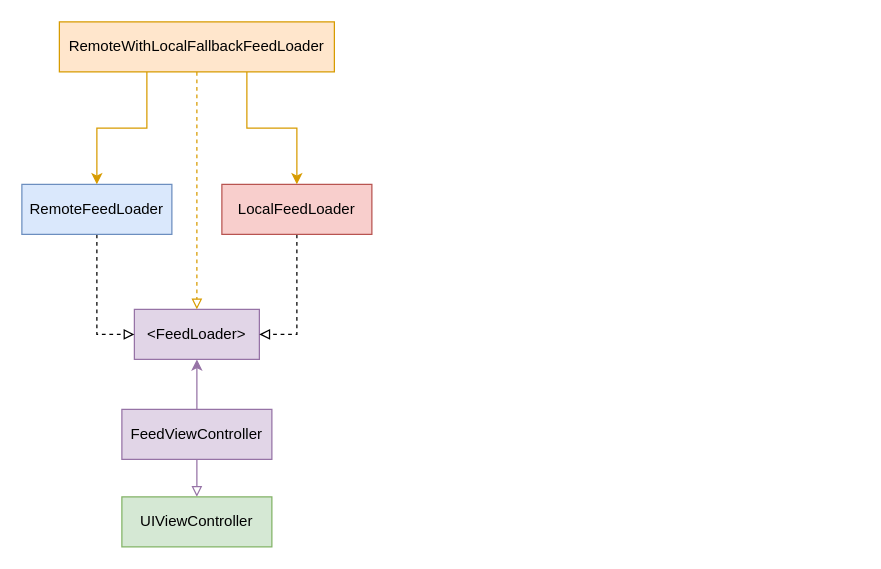
zmkhtr/diagrams keeps this draw.io diagram as Untitled Diagram.drawio. Above is the earlier version. Source tidied: cells renumbered, new cells numbered last; positions are measured from the earlier drawing's top-left corner, leaving out a move shared by most shapes. Both pictures are drawn from the tidied source at 125%, with x=0, y=0 at pixel (21, 21).
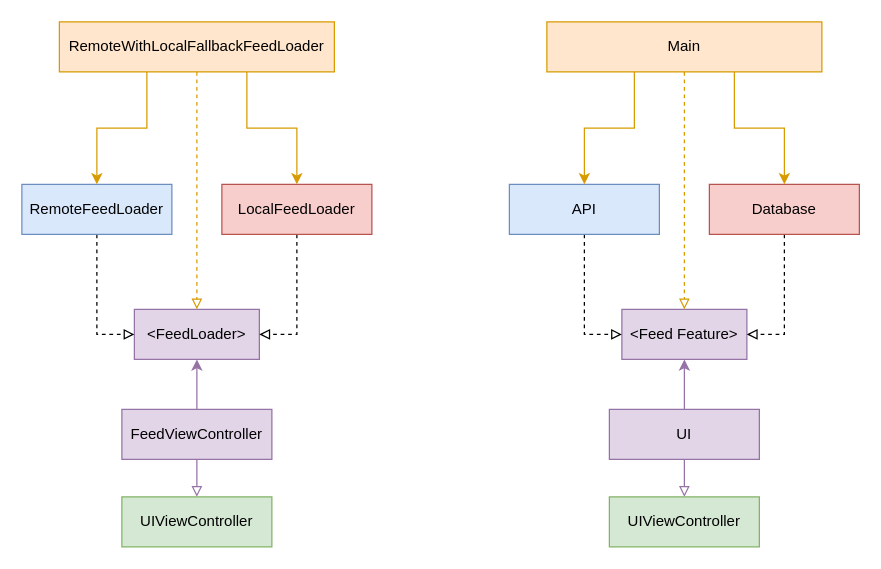
Above is the later version.

The edit, as a diff of the source:
```diff
@@
+    <mxCell id="15" style="edgeStyle=orthogonalEdgeStyle;rounded=0;jettySize=auto;html=1;fontColor=#1726FF;endArrow=block;endFill=0;fillColor=#e1d5e7;strokeColor=#9673a6;" parent="1" edge="1" source="17" target="18">
+      <mxGeometry relative="1" as="geometry" />
+    </mxCell>
+    <mxCell id="16" style="edgeStyle=orthogonalEdgeStyle;rounded=0;jettySize=auto;html=1;fontColor=#1726FF;endArrow=classic;endFill=1;fillColor=#e1d5e7;strokeColor=#9673a6;" parent="1" edge="1" source="17" target="19">
+      <mxGeometry relative="1" as="geometry" />
+    </mxCell>
+    <mxCell id="17" value="UI" style="rounded=0;whiteSpace=wrap;html=1;fillColor=#e1d5e7;strokeColor=#9673a6;" parent="1" vertex="1">
+      <mxGeometry x="470" y="310" width="120" height="40" as="geometry" />
+    </mxCell>
+    <mxCell id="18" value="UIViewController" style="rounded=0;whiteSpace=wrap;html=1;fillColor=#d5e8d4;strokeColor=#82b366;" parent="1" vertex="1">
+      <mxGeometry x="470" y="380" width="120" height="40" as="geometry" />
+    </mxCell>
+    <mxCell id="19" value="&amp;lt;Feed Feature&amp;gt;" style="rounded=0;whiteSpace=wrap;html=1;fillColor=#e1d5e7;strokeColor=#9673a6;" parent="1" vertex="1">
+      <mxGeometry x="480" y="230" width="100" height="40" as="geometry" />
+    </mxCell>
+    <mxCell id="20" style="edgeStyle=orthogonalEdgeStyle;rounded=0;jettySize=auto;html=1;entryX=0;entryY=0.5;entryDx=0;entryDy=0;fontColor=#1726FF;endArrow=block;endFill=0;dashed=1;" parent="1" edge="1" source="21" target="19">
+      <mxGeometry relative="1" as="geometry" />
+    </mxCell>
+    <mxCell id="21" value="API" style="rounded=0;whiteSpace=wrap;html=1;fillColor=#dae8fc;strokeColor=#6c8ebf;" parent="1" vertex="1">
+      <mxGeometry x="390" y="130" width="120" height="40" as="geometry" />
+    </mxCell>
+    <mxCell id="22" style="edgeStyle=orthogonalEdgeStyle;rounded=0;jettySize=auto;html=1;entryX=1;entryY=0.5;entryDx=0;entryDy=0;fontColor=#1726FF;endArrow=block;endFill=0;dashed=1;" parent="1" edge="1" source="23" target="19">
+      <mxGeometry relative="1" as="geometry" />
+    </mxCell>
+    <mxCell id="23" value="Database" style="rounded=0;whiteSpace=wrap;html=1;fillColor=#f8cecc;strokeColor=#b85450;" parent="1" vertex="1">
+      <mxGeometry x="550" y="130" width="120" height="40" as="geometry" />
+    </mxCell>
+    <mxCell id="24" style="edgeStyle=orthogonalEdgeStyle;rounded=0;jettySize=auto;html=1;dashed=1;fontColor=#1726FF;endArrow=block;endFill=0;fillColor=#ffe6cc;strokeColor=#d79b00;" parent="1" edge="1" source="27" target="19">
+      <mxGeometry relative="1" as="geometry" />
+    </mxCell>
+    <mxCell id="25" style="edgeStyle=orthogonalEdgeStyle;rounded=0;jettySize=auto;html=1;fontColor=#1726FF;endArrow=classic;endFill=1;strokeColor=#d79b00;fillColor=#ffe6cc;" parent="1" edge="1" source="27" target="21">
+      <mxGeometry relative="1" as="geometry">
+        <Array as="points">
+          <mxPoint x="490" y="85" />
+          <mxPoint x="450" y="85" />
+        </Array>
+      </mxGeometry>
+    </mxCell>
+    <mxCell id="26" style="edgeStyle=orthogonalEdgeStyle;rounded=0;jettySize=auto;html=1;fontColor=#1726FF;endArrow=classic;endFill=1;strokeColor=#d79b00;fillColor=#ffe6cc;" parent="1" edge="1" source="27" target="23">
+      <mxGeometry relative="1" as="geometry">
+        <Array as="points">
+          <mxPoint x="570" y="85" />
+          <mxPoint x="610" y="85" />
+        </Array>
+      </mxGeometry>
+    </mxCell>
+    <mxCell id="27" value="Main" style="rounded=0;whiteSpace=wrap;html=1;fillColor=#ffe6cc;strokeColor=#d79b00;" parent="1" vertex="1">
+      <mxGeometry x="420" width="220" height="40" as="geometry" />
+    </mxCell>
```
